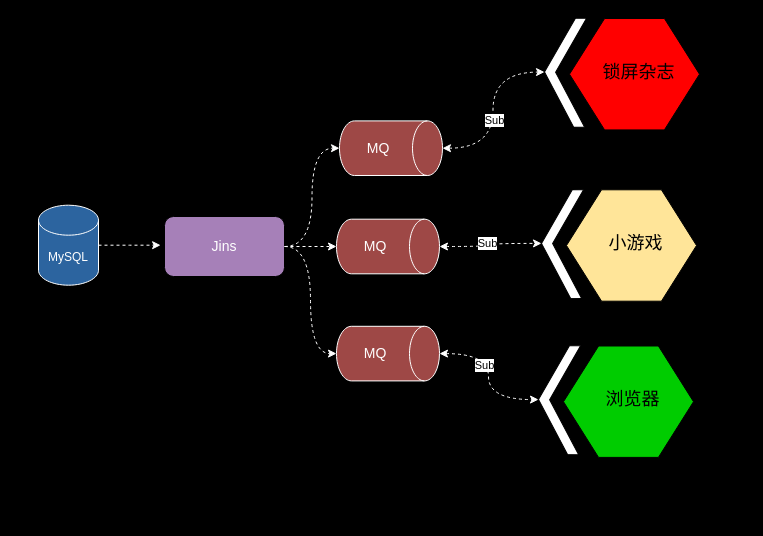
This is 安全网关添加安全组.drawio from qiangyin/zipkin-server, a draw.io file, before an edit. Source tidied: cells renumbered, new cells numbered last; positions are measured from the earlier drawing's top-left corner, leaving out a move shared by most shapes. Both pictures are drawn from the tidied source at 100%, with x=0, y=0 at pixel (38, 18).
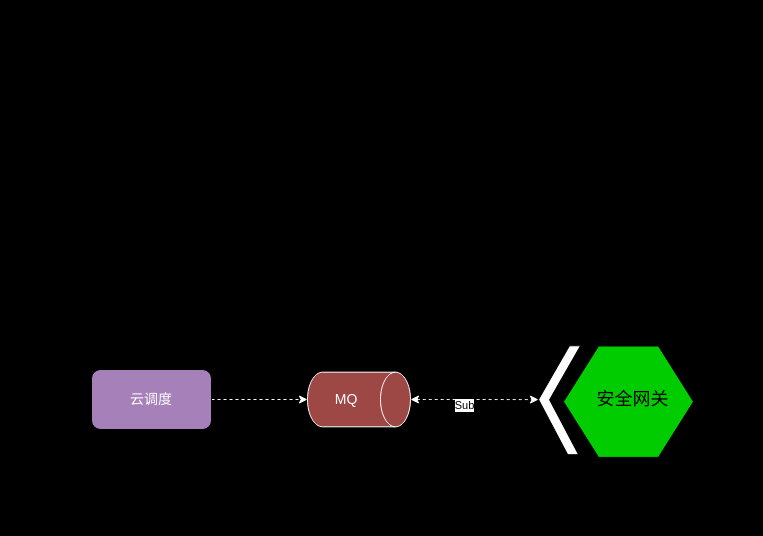
Above is the later version.

Commit message:
更新安全网关添加安全组.drawio

Unchanged cells that the change refers to:
```xml
<mxCell id="17" style="html=1;shadow=0;dashed=0;align=center;verticalAlign=middle;shape=mxgraph.arrows2.arrow;dy=0;dx=30;notch=30;direction=west;rotation=1;fillColor=#FFFFFF;strokeColor=#000000;" parent="1" vertex="1">
  <mxGeometry x="500" y="327" width="41.1" height="108.9" as="geometry" />
</mxCell>
```

Diff of the diagram source:
```diff
@@
-    <mxCell id="2" style="html=1;shadow=0;dashed=0;align=center;verticalAlign=middle;shape=mxgraph.arrows2.arrow;dy=0;dx=30;notch=30;direction=west;rotation=1;fillColor=#FFFFFF;strokeColor=#000000;" parent="1" vertex="1">
-      <mxGeometry x="506" y="-0.5" width="41.1" height="108.9" as="geometry" />
-    </mxCell>
-    <mxCell id="3" style="verticalLabelPosition=bottom;verticalAlign=top;html=1;shape=hexagon;perimeter=hexagonPerimeter2;arcSize=6;size=0.27;fillColor=#FF0000;" parent="1" vertex="1">
-      <mxGeometry x="531" width="130" height="111.4" as="geometry" />
-    </mxCell>
-    <mxCell id="4" value="&lt;span style=&quot;font-size: 18px;&quot;&gt;锁屏杂志&lt;/span&gt;" style="text;html=1;align=center;verticalAlign=middle;whiteSpace=wrap;rounded=0;" parent="1" vertex="1">
-      <mxGeometry x="562" y="39" width="77" height="30" as="geometry" />
-    </mxCell>
+    <mxCell id="26" style="rounded=0;whiteSpace=wrap;html=1;gradientColor=none;fillColor=#000000;" parent="1" vertex="1">
+      <mxGeometry x="-21" y="257" width="728" height="242.3" as="geometry" />
+    </mxCell>
@@
-    <mxCell id="6" value="&lt;font style=&quot;font-size: 14px;&quot; color=&quot;#ffffff&quot;&gt;Jins&lt;/font&gt;" style="rounded=1;whiteSpace=wrap;html=1;fillColor=#A680B8;" parent="1" vertex="1">
-      <mxGeometry x="126" y="198" width="120" height="60" as="geometry" />
+    <mxCell id="6" value="&lt;font style=&quot;font-size: 14px;&quot; color=&quot;#ffffff&quot;&gt;云调度&lt;/font&gt;" style="rounded=1;whiteSpace=wrap;html=1;fillColor=#A680B8;" parent="1" vertex="1">
+      <mxGeometry x="53" y="351" width="120" height="60" as="geometry" />
     </mxCell>
-    <mxCell id="7" style="edgeStyle=orthogonalEdgeStyle;rounded=0;jettySize=auto;html=1;exitX=1;exitY=0.5;exitDx=0;exitDy=0;exitPerimeter=0;strokeColor=#FFFFFF;dashed=1;" parent="1" edge="1" source="8">
-      <mxGeometry relative="1" as="geometry">
-        <mxPoint x="122.1" y="226.7" as="targetPoint" />
-      </mxGeometry>
-    </mxCell>
-    <mxCell id="8" value="&lt;font color=&quot;#ffffff&quot;&gt;MySQL&lt;/font&gt;" style="shape=cylinder3;whiteSpace=wrap;html=1;boundedLbl=1;backgroundOutline=1;size=15;fillColor=#2C649F;strokeColor=#FFFFFF;" parent="1" vertex="1">
-      <mxGeometry y="186.7" width="60" height="80" as="geometry" />
-    </mxCell>
-    <mxCell id="9" value="&lt;font color=&quot;#ffffff&quot; style=&quot;font-size: 14px;&quot;&gt;MQ&lt;/font&gt;" style="shape=cylinder3;whiteSpace=wrap;html=1;boundedLbl=1;backgroundOutline=1;size=15;direction=south;fillColor=#9E4846;strokeColor=#FFFFFF;" parent="1" vertex="1">
-      <mxGeometry x="301" y="102.4" width="103" height="54.6" as="geometry" />
-    </mxCell>
     <mxCell id="10" value="&lt;font color=&quot;#ffffff&quot; style=&quot;font-size: 14px;&quot;&gt;MQ&lt;/font&gt;" style="shape=cylinder3;whiteSpace=wrap;html=1;boundedLbl=1;backgroundOutline=1;size=15;direction=south;fillColor=#9E4846;strokeColor=#FFFFFF;" parent="1" vertex="1">
-      <mxGeometry x="298" y="200.7" width="103" height="54.6" as="geometry" />
+      <mxGeometry x="269" y="353.7" width="103" height="54.6" as="geometry" />
     </mxCell>
-    <mxCell id="11" value="&lt;font color=&quot;#ffffff&quot; style=&quot;font-size: 14px;&quot;&gt;MQ&lt;/font&gt;" style="shape=cylinder3;whiteSpace=wrap;html=1;boundedLbl=1;backgroundOutline=1;size=15;direction=south;fillColor=#9E4846;strokeColor=#FFFFFF;" parent="1" vertex="1">
-      <mxGeometry x="298" y="307.8" width="103" height="54.6" as="geometry" />
-    </mxCell>
-    <mxCell id="12" style="edgeStyle=orthogonalEdgeStyle;rounded=0;jettySize=auto;html=1;exitX=1;exitY=0.5;exitDx=0;exitDy=0;entryX=0.5;entryY=1;entryDx=0;entryDy=0;entryPerimeter=0;curved=1;strokeColor=#FFFFFF;dashed=1;" parent="1" edge="1" source="6" target="9">
-      <mxGeometry relative="1" as="geometry" />
-    </mxCell>
-    <mxCell id="13" style="edgeStyle=orthogonalEdgeStyle;rounded=0;jettySize=auto;html=1;exitX=1;exitY=0.5;exitDx=0;exitDy=0;entryX=0.5;entryY=1;entryDx=0;entryDy=0;entryPerimeter=0;curved=1;strokeColor=#FFFFFF;dashed=1;" parent="1" edge="1" source="6" target="11">
-      <mxGeometry relative="1" as="geometry" />
-    </mxCell>
-    <mxCell id="14" style="html=1;shadow=0;dashed=0;align=center;verticalAlign=middle;shape=mxgraph.arrows2.arrow;dy=0;dx=30;notch=30;direction=west;rotation=1;fillColor=#FFFFFF;strokeColor=#000000;" parent="1" vertex="1">
-      <mxGeometry x="503" y="170.8" width="41.1" height="108.9" as="geometry" />
-    </mxCell>
-    <mxCell id="15" style="verticalLabelPosition=bottom;verticalAlign=top;html=1;shape=hexagon;perimeter=hexagonPerimeter2;arcSize=6;size=0.27;fillColor=#FFE599;" parent="1" vertex="1">
-      <mxGeometry x="528" y="171.3" width="130" height="111.4" as="geometry" />
-    </mxCell>
-    <mxCell id="16" value="&lt;span style=&quot;font-size: 18px;&quot;&gt;小游戏&lt;/span&gt;" style="text;html=1;align=center;verticalAlign=middle;whiteSpace=wrap;rounded=0;" parent="1" vertex="1">
-      <mxGeometry x="559" y="210.3" width="77" height="30" as="geometry" />
-    </mxCell>
@@
-    <mxCell id="19" value="&lt;span style=&quot;font-size: 18px;&quot;&gt;浏览器&lt;/span&gt;" style="text;html=1;align=center;verticalAlign=middle;whiteSpace=wrap;rounded=0;" parent="1" vertex="1">
+    <mxCell id="19" value="&lt;span style=&quot;font-size: 18px;&quot;&gt;安全网关&lt;/span&gt;" style="text;html=1;align=center;verticalAlign=middle;whiteSpace=wrap;rounded=0;" parent="1" vertex="1">
       <mxGeometry x="556" y="366.4" width="77" height="30" as="geometry" />
     </mxCell>
-    <mxCell id="20" style="edgeStyle=orthogonalEdgeStyle;rounded=0;jettySize=auto;html=1;exitX=0.5;exitY=0;exitDx=0;exitDy=0;exitPerimeter=0;entryX=1;entryY=0.5;entryDx=0;entryDy=0;entryPerimeter=0;curved=1;startArrow=classic;startFill=1;dashed=1;strokeColor=#FFFFFF;" parent="1" edge="1" source="9" target="2">
-      <mxGeometry relative="1" as="geometry" />
-    </mxCell>
-    <mxCell id="21" value="&lt;font color=&quot;#000000&quot;&gt;Sub&lt;/font&gt;" style="edgeLabel;html=1;align=center;verticalAlign=middle;fontColor=#FFFFFF;" parent="20" vertex="1">
-      <mxGeometry x="-0.11" y="-1" relative="1" as="geometry" />
-    </mxCell>
-    <mxCell id="22" style="edgeStyle=orthogonalEdgeStyle;rounded=0;jettySize=auto;html=1;exitX=0.5;exitY=0;exitDx=0;exitDy=0;exitPerimeter=0;entryX=1;entryY=0.5;entryDx=0;entryDy=0;entryPerimeter=0;curved=1;startArrow=classic;startFill=1;dashed=1;strokeColor=#FFFFFF;" parent="1" edge="1" source="10" target="14">
-      <mxGeometry relative="1" as="geometry" />
-    </mxCell>
-    <mxCell id="23" value="&lt;font color=&quot;#000000&quot;&gt;Sub&lt;/font&gt;" style="edgeLabel;html=1;align=center;verticalAlign=middle;fontColor=#FFFFFF;" parent="22" vertex="1">
-      <mxGeometry x="0.02" y="3" relative="1" as="geometry">
-        <mxPoint x="-3" y="3" as="offset" />
-      </mxGeometry>
-    </mxCell>
-    <mxCell id="24" style="edgeStyle=orthogonalEdgeStyle;rounded=0;jettySize=auto;html=1;exitX=0.5;exitY=0;exitDx=0;exitDy=0;exitPerimeter=0;entryX=1;entryY=0.5;entryDx=0;entryDy=0;entryPerimeter=0;curved=1;startArrow=classic;startFill=1;dashed=1;strokeColor=#FFFFFF;" parent="1" edge="1" source="11" target="17">
+    <mxCell id="24" style="edgeStyle=orthogonalEdgeStyle;rounded=0;jettySize=auto;html=1;exitX=0.5;exitY=0;exitDx=0;exitDy=0;exitPerimeter=0;entryX=1;entryY=0.5;entryDx=0;entryDy=0;entryPerimeter=0;curved=1;startArrow=classic;startFill=1;dashed=1;strokeColor=#FFFFFF;" parent="1" edge="1" source="10" target="17">
       <mxGeometry relative="1" as="geometry" />
     </mxCell>
```
